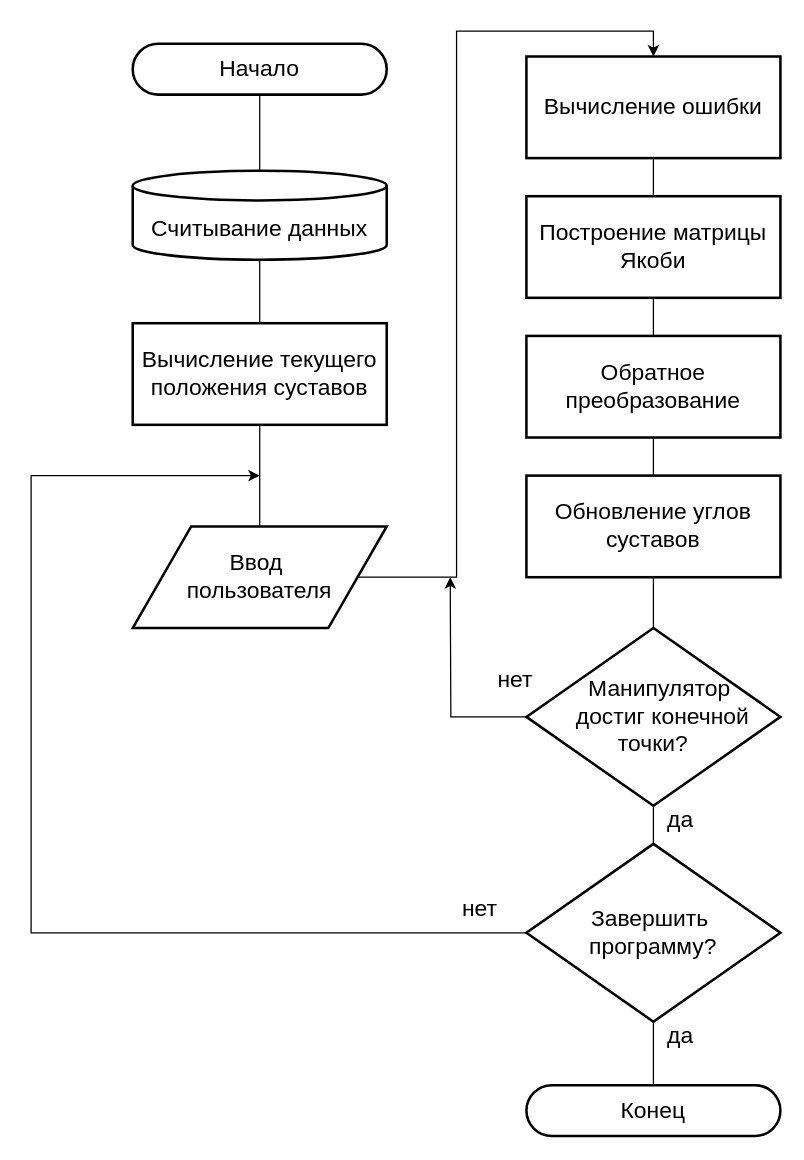
Earlier version of the draw.io diagram Диссертация/Смотр 2 курс 2 семестр/Доп материалы/Блок-схема.drawio (n7arti/MIET.Magistratura). Source tidied: cells renumbered, new cells numbered last; positions are measured from the earlier drawing's top-left corner, leaving out a move shared by most shapes. Both pictures are drawn from the tidied source at 127%, with x=0, y=0 at pixel (30, 43).
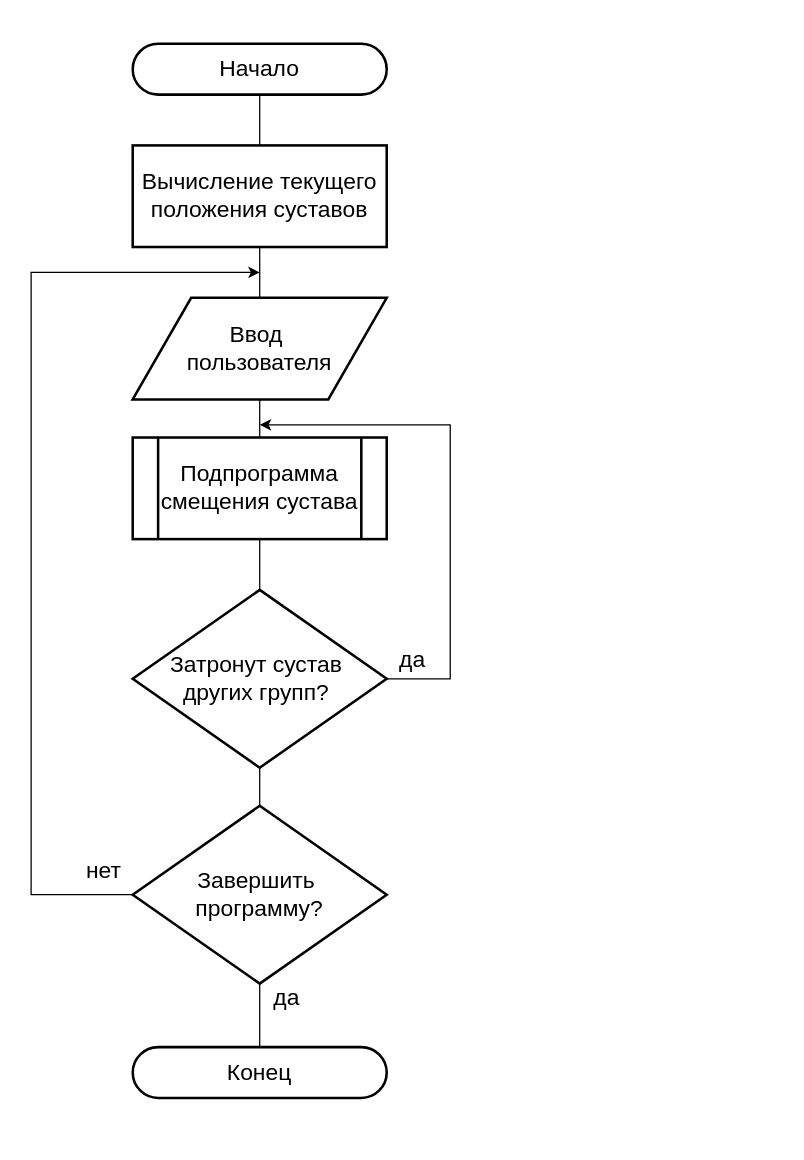
After the change.

The change refers to these unchanged cells:
```xml
<mxCell id="3" value="&lt;font style=&quot;font-size: 18px;&quot;&gt;Начало&lt;/font&gt;" style="rounded=1;whiteSpace=wrap;html=1;absoluteArcSize=1;arcSize=72;strokeWidth=2;" parent="1" vertex="1">
  <mxGeometry x="80" width="200" height="40" as="geometry" />
</mxCell>
```

Change to the diagram source:
```diff
@@
-    <mxCell id="2" style="edgeStyle=orthogonalEdgeStyle;rounded=0;jettySize=auto;html=1;endArrow=none;endFill=0;" parent="1" edge="1" source="3" target="5">
-      <mxGeometry relative="1" as="geometry" />
-    </mxCell>
+    <mxCell id="29" style="edgeStyle=orthogonalEdgeStyle;rounded=0;jettySize=auto;html=1;endArrow=none;startFill=0;" parent="1" edge="1" source="3" target="7">
+      <mxGeometry relative="1" as="geometry" />
+    </mxCell>
@@
-    <mxCell id="4" style="edgeStyle=orthogonalEdgeStyle;rounded=0;jettySize=auto;html=1;endArrow=none;endFill=0;" parent="1" edge="1" source="5" target="7">
-      <mxGeometry relative="1" as="geometry" />
-    </mxCell>
-    <mxCell id="5" value="&lt;div&gt;&lt;font style=&quot;font-size: 18px;&quot;&gt;&lt;br&gt;&lt;/font&gt;&lt;/div&gt;&lt;font style=&quot;font-size: 18px;&quot;&gt;Считывание данных&lt;/font&gt;" style="strokeWidth=2;html=1;shape=mxgraph.flowchart.database;whiteSpace=wrap;" parent="1" vertex="1">
-      <mxGeometry x="80" y="100" width="200" height="70" as="geometry" />
-    </mxCell>
@@
     <mxCell id="7" value="&lt;font style=&quot;font-size: 18px;&quot;&gt;Вычисление текущего положения суставов&lt;/font&gt;" style="rounded=0;whiteSpace=wrap;html=1;absoluteArcSize=1;arcSize=14;strokeWidth=2;" parent="1" vertex="1">
-      <mxGeometry x="80" y="220" width="200" height="80" as="geometry" />
+      <mxGeometry x="80" y="80" width="200" height="80" as="geometry" />
     </mxCell>
-    <mxCell id="8" style="edgeStyle=orthogonalEdgeStyle;rounded=0;jettySize=auto;html=1;entryX=0.5;entryY=0;entryDx=0;entryDy=0;" parent="1" edge="1" source="9" target="11">
-      <mxGeometry relative="1" as="geometry" />
-    </mxCell>
+    <mxCell id="30" style="edgeStyle=orthogonalEdgeStyle;rounded=0;jettySize=auto;html=1;endArrow=none;startFill=0;" parent="1" edge="1" source="9" target="32">
+      <mxGeometry relative="1" as="geometry" />
+    </mxCell>
     <mxCell id="9" value="&lt;font style=&quot;font-size: 18px;&quot;&gt;Ввод&amp;nbsp;&lt;/font&gt;&lt;div&gt;&lt;font style=&quot;font-size: 18px;&quot;&gt;пользователя&lt;/font&gt;&lt;/div&gt;" style="shape=parallelogram;html=1;strokeWidth=2;perimeter=parallelogramPerimeter;whiteSpace=wrap;rounded=0;arcSize=12;size=0.23;" parent="1" vertex="1">
-      <mxGeometry x="80" y="380" width="200" height="80" as="geometry" />
+      <mxGeometry x="80" y="200" width="200" height="80" as="geometry" />
     </mxCell>
-    <mxCell id="10" style="edgeStyle=orthogonalEdgeStyle;rounded=0;jettySize=auto;html=1;endArrow=none;endFill=0;" parent="1" edge="1" source="11" target="13">
-      <mxGeometry relative="1" as="geometry" />
-    </mxCell>
-    <mxCell id="11" value="&lt;font style=&quot;font-size: 18px;&quot;&gt;Вычисление ошибки&lt;/font&gt;" style="rounded=0;whiteSpace=wrap;html=1;absoluteArcSize=1;arcSize=14;strokeWidth=2;" parent="1" vertex="1">
-      <mxGeometry x="390" y="10" width="200" height="80" as="geometry" />
-    </mxCell>
-    <mxCell id="12" style="edgeStyle=orthogonalEdgeStyle;rounded=0;jettySize=auto;html=1;endArrow=none;endFill=0;" parent="1" edge="1" source="13" target="15">
-      <mxGeometry relative="1" as="geometry" />
-    </mxCell>
-    <mxCell id="13" value="&lt;font style=&quot;font-size: 18px;&quot;&gt;Построение матрицы Якоби&lt;/font&gt;" style="rounded=0;whiteSpace=wrap;html=1;absoluteArcSize=1;arcSize=14;strokeWidth=2;" parent="1" vertex="1">
-      <mxGeometry x="390" y="120" width="200" height="80" as="geometry" />
-    </mxCell>
-    <mxCell id="14" style="edgeStyle=orthogonalEdgeStyle;rounded=0;jettySize=auto;html=1;endArrow=none;endFill=0;" parent="1" edge="1" source="15" target="17">
-      <mxGeometry relative="1" as="geometry" />
-    </mxCell>
-    <mxCell id="15" value="&lt;font style=&quot;font-size: 18px;&quot;&gt;Обратное преобразование&lt;/font&gt;" style="rounded=0;whiteSpace=wrap;html=1;absoluteArcSize=1;arcSize=14;strokeWidth=2;" parent="1" vertex="1">
-      <mxGeometry x="390" y="230" width="200" height="80" as="geometry" />
-    </mxCell>
-    <mxCell id="16" style="edgeStyle=orthogonalEdgeStyle;rounded=0;jettySize=auto;html=1;endArrow=none;endFill=0;" parent="1" edge="1" source="17" target="22">
-      <mxGeometry relative="1" as="geometry" />
-    </mxCell>
-    <mxCell id="17" value="&lt;font style=&quot;font-size: 18px;&quot;&gt;Обновление углов суставов&lt;/font&gt;" style="rounded=0;whiteSpace=wrap;html=1;absoluteArcSize=1;arcSize=14;strokeWidth=2;" parent="1" vertex="1">
-      <mxGeometry x="390" y="340" width="200" height="80" as="geometry" />
-    </mxCell>
-    <mxCell id="18" style="edgeStyle=orthogonalEdgeStyle;rounded=0;jettySize=auto;html=1;" parent="1" edge="1" source="22">
-      <mxGeometry relative="1" as="geometry">
-        <mxPoint x="330" y="420" as="targetPoint" />
-      </mxGeometry>
-    </mxCell>
-    <mxCell id="19" value="&lt;font style=&quot;font-size: 18px;&quot;&gt;нет&lt;/font&gt;" style="edgeLabel;html=1;align=center;verticalAlign=middle;" parent="18" vertex="1">
-      <mxGeometry x="-0.77" y="-3" relative="1" as="geometry">
-        <mxPoint x="9" y="-27" as="offset" />
-      </mxGeometry>
-    </mxCell>
-    <mxCell id="20" style="edgeStyle=orthogonalEdgeStyle;rounded=0;jettySize=auto;html=1;endArrow=none;endFill=0;" parent="1" edge="1" source="22" target="27">
-      <mxGeometry relative="1" as="geometry" />
-    </mxCell>
-    <mxCell id="21" value="&lt;font style=&quot;font-size: 18px;&quot;&gt;да&lt;/font&gt;" style="edgeLabel;html=1;align=center;verticalAlign=middle;" parent="20" vertex="1">
-      <mxGeometry x="0.2" y="3" relative="1" as="geometry">
-        <mxPoint x="17" as="offset" />
-      </mxGeometry>
-    </mxCell>
-    <mxCell id="22" value="&lt;div&gt;&lt;span style=&quot;font-size: 18px; background-color: initial;&quot;&gt;&amp;nbsp; &amp;nbsp;Манипулятор&amp;nbsp;&lt;/span&gt;&lt;br&gt;&lt;/div&gt;&lt;div&gt;&lt;font style=&quot;font-size: 18px;&quot;&gt;&amp;nbsp; &amp;nbsp; достиг&amp;nbsp;&lt;/font&gt;&lt;span style=&quot;font-size: 18px; background-color: initial;&quot;&gt;конечной&amp;nbsp;&lt;/span&gt;&lt;/div&gt;&lt;div&gt;&lt;span style=&quot;font-size: 18px; background-color: initial;&quot;&gt;точки?&lt;/span&gt;&lt;/div&gt;" style="strokeWidth=2;html=1;shape=mxgraph.flowchart.decision;whiteSpace=wrap;" parent="1" vertex="1">
-      <mxGeometry x="390" y="460" width="200" height="140" as="geometry" />
-    </mxCell>
-    <mxCell id="23" style="edgeStyle=orthogonalEdgeStyle;rounded=0;jettySize=auto;html=1;" parent="1" edge="1" source="27">
+    <mxCell id="23" style="edgeStyle=orthogonalEdgeStyle;rounded=0;jettySize=auto;html=1;exitX=0;exitY=0.5;exitDx=0;exitDy=0;exitPerimeter=0;" parent="1" edge="1" source="27">
       <mxGeometry relative="1" as="geometry">
-        <mxPoint x="180" y="340" as="targetPoint" />
+        <mxPoint x="180" y="180" as="targetPoint" />
         <Array as="points">
-          <mxPoint y="700" />
-          <mxPoint y="340" />
+          <mxPoint y="670" />
+          <mxPoint y="180" />
         </Array>
       </mxGeometry>
     </mxCell>
@@
     <mxCell id="27" value="&lt;div&gt;&lt;span style=&quot;font-size: 18px;&quot;&gt;Завершить&amp;nbsp;&lt;/span&gt;&lt;/div&gt;&lt;div&gt;&lt;span style=&quot;font-size: 18px;&quot;&gt;программу?&lt;/span&gt;&lt;/div&gt;" style="strokeWidth=2;html=1;shape=mxgraph.flowchart.decision;whiteSpace=wrap;" parent="1" vertex="1">
-      <mxGeometry x="390" y="630" width="200" height="140" as="geometry" />
+      <mxGeometry x="80" y="600" width="200" height="140" as="geometry" />
     </mxCell>
     <mxCell id="28" value="&lt;span style=&quot;font-size: 18px;&quot;&gt;Конец&lt;/span&gt;" style="rounded=1;whiteSpace=wrap;html=1;absoluteArcSize=1;arcSize=72;strokeWidth=2;" parent="1" vertex="1">
-      <mxGeometry x="390" y="820" width="200" height="40" as="geometry" />
+      <mxGeometry x="80" y="790" width="200" height="40" as="geometry" />
     </mxCell>
+    <mxCell id="31" style="edgeStyle=orthogonalEdgeStyle;rounded=0;jettySize=auto;html=1;endArrow=none;startFill=0;" parent="1" edge="1" source="32" target="35">
+      <mxGeometry relative="1" as="geometry" />
+    </mxCell>
+    <mxCell id="32" value="&lt;font style=&quot;font-size: 18px;&quot;&gt;Подпрограмма смещения сустава&lt;/font&gt;" style="shape=process;whiteSpace=wrap;html=1;backgroundOutline=1;strokeWidth=2;" parent="1" vertex="1">
+      <mxGeometry x="80" y="310" width="200" height="80" as="geometry" />
+    </mxCell>
+    <mxCell id="33" style="edgeStyle=orthogonalEdgeStyle;rounded=0;jettySize=auto;html=1;" parent="1" edge="1" source="35">
+      <mxGeometry relative="1" as="geometry">
+        <mxPoint x="180" y="300" as="targetPoint" />
+        <Array as="points">
+          <mxPoint x="330" y="500" />
+          <mxPoint x="330" y="300" />
+        </Array>
+      </mxGeometry>
+    </mxCell>
+    <mxCell id="34" style="edgeStyle=orthogonalEdgeStyle;rounded=0;jettySize=auto;html=1;endArrow=none;startFill=0;" parent="1" edge="1" source="35" target="27">
+      <mxGeometry relative="1" as="geometry" />
+    </mxCell>
+    <mxCell id="35" value="&lt;div&gt;&lt;span style=&quot;font-size: 18px;&quot;&gt;Затронут сустав&amp;nbsp;&lt;/span&gt;&lt;/div&gt;&lt;div&gt;&lt;span style=&quot;font-size: 18px;&quot;&gt;других групп?&amp;nbsp;&lt;/span&gt;&lt;/div&gt;" style="strokeWidth=2;html=1;shape=mxgraph.flowchart.decision;whiteSpace=wrap;" parent="1" vertex="1">
+      <mxGeometry x="80" y="430" width="200" height="140" as="geometry" />
+    </mxCell>
+    <mxCell id="21" value="&lt;font style=&quot;font-size: 18px;&quot;&gt;да&lt;/font&gt;" style="text;html=1;align=center;verticalAlign=middle;strokeColor=none;fillColor=none;" parent="1" vertex="1">
+      <mxGeometry x="280" y="465" width="40" height="40" as="geometry" />
+    </mxCell>
```
